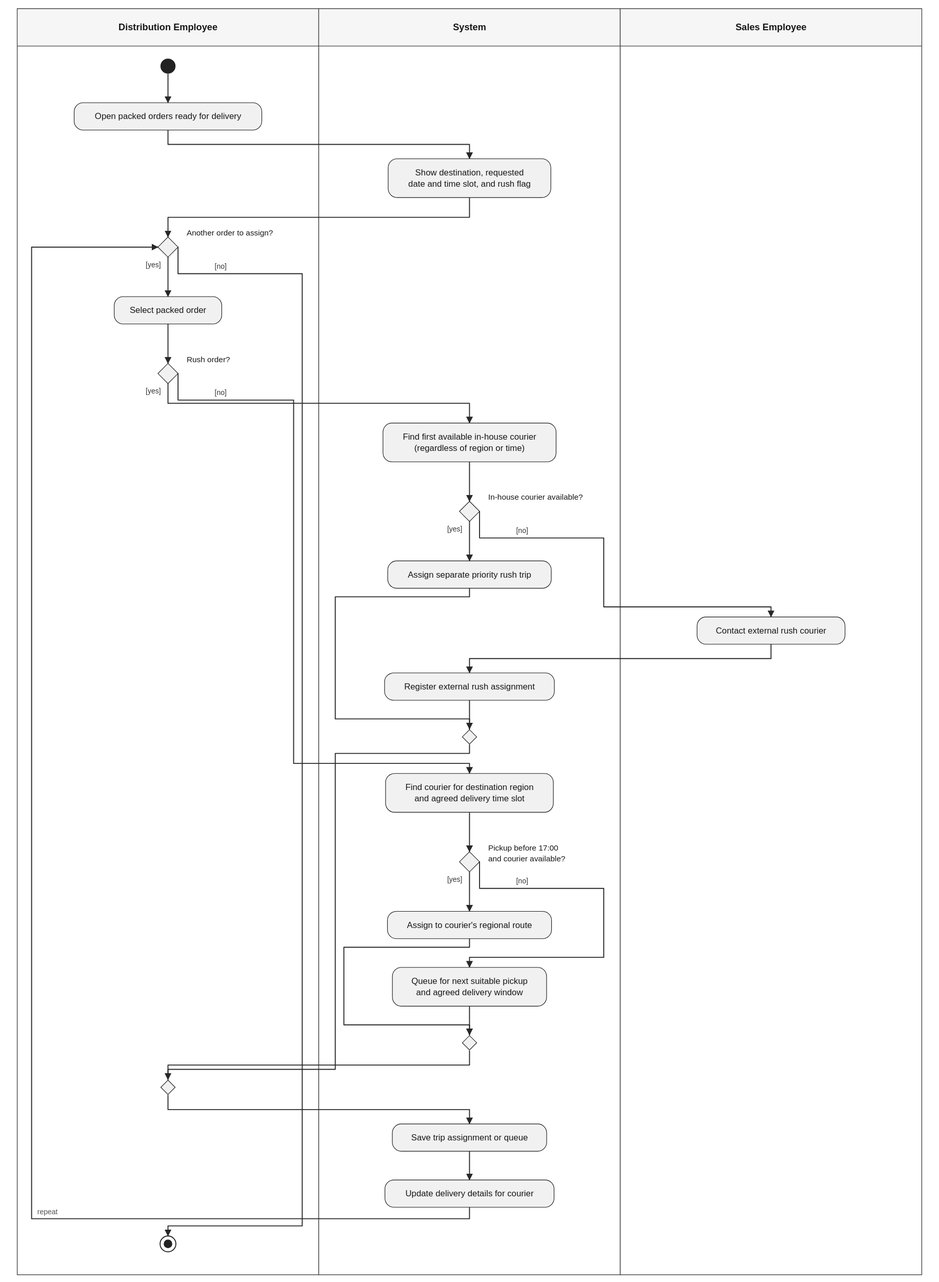
Earlier version of the PlantUML export Documentation/Architecture/uml/export/activity_diagrams/AD26_Assign_delivery_trips.svg (ViktorQorri/Project-Timaflu). Its source is kept beside it as Documentation/Architecture/uml/src/activity_diagrams/AD26_Assign_delivery_trips.puml. Its diagram source:
```plantuml
@startuml
skinparam conditionStyle diamond
skinparam ConditionEndStyle diamond
skinparam ActivityDiamondFontSize 11

|Distribution Employee|
start
:Open packed orders ready for delivery;
|System|
:Show destination, requested\ndate and time slot, and rush flag;
|Distribution Employee|
while (Another order to assign?) is ([yes])
  :Select packed order;
  if (Rush order?) then ([yes])
    |System|
    :Find first available in-house courier\n(regardless of region or time);
    if (In-house courier available?) then ([yes])
      :Assign separate priority rush trip;
    else ([no])
      |Sales Employee|
      :Contact external rush courier;
      |System|
      :Register external rush assignment;
    endif
  else ([no])
    |System|
    :Find courier for destination region\nand agreed delivery time slot;
    if (Pickup before 17:00\nand courier available?) then ([yes])
      :Assign to courier's regional route;
    else ([no])
      :Queue for next suitable pickup\nand agreed delivery window;
    endif
  endif
  |System|
  :Save trip assignment or queue;
  :Update delivery details for courier;
  |Distribution Employee|
endwhile ([no])
stop
@enduml
```
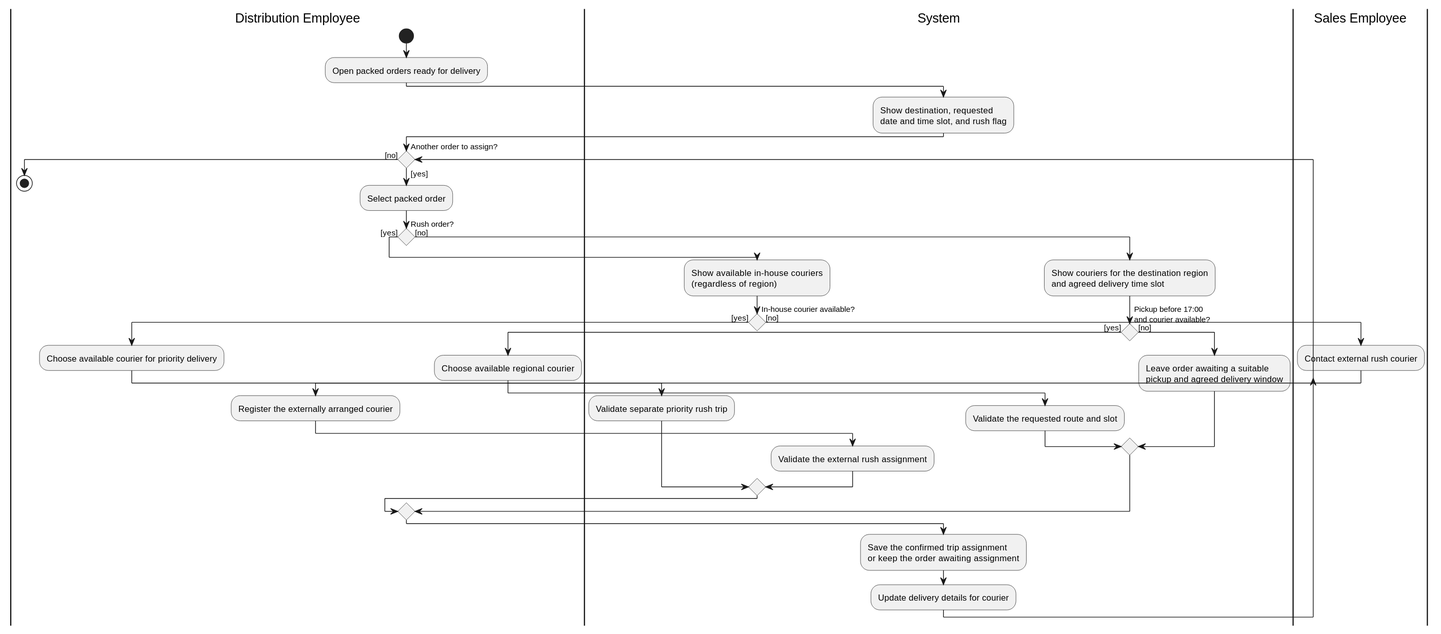
After the change.

Change to the diagram source:
```diff
@@ -13,26 +13,35 @@
   :Select packed order;
   if (Rush order?) then ([yes])
     |System|
-    :Find first available in-house courier\n(regardless of region or time);
+    :Show available in-house couriers\n(regardless of region);
     if (In-house courier available?) then ([yes])
-      :Assign separate priority rush trip;
+      |Distribution Employee|
+      :Choose available courier for priority delivery;
+      |System|
+      :Validate separate priority rush trip;
     else ([no])
       |Sales Employee|
       :Contact external rush courier;
       |System|
-      :Register external rush assignment;
+      |Distribution Employee|
+      :Register the externally arranged courier;
+      |System|
+      :Validate the external rush assignment;
     endif
   else ([no])
     |System|
-    :Find courier for destination region\nand agreed delivery time slot;
+    :Show couriers for the destination region\nand agreed delivery time slot;
     if (Pickup before 17:00\nand courier available?) then ([yes])
-      :Assign to courier's regional route;
+      |Distribution Employee|
+      :Choose available regional courier;
+      |System|
+      :Validate the requested route and slot;
     else ([no])
-      :Queue for next suitable pickup\nand agreed delivery window;
+      :Leave order awaiting a suitable\npickup and agreed delivery window;
     endif
   endif
   |System|
-  :Save trip assignment or queue;
+  :Save the confirmed trip assignment\nor keep the order awaiting assignment;
   :Update delivery details for courier;
   |Distribution Employee|
 endwhile ([no])
```
